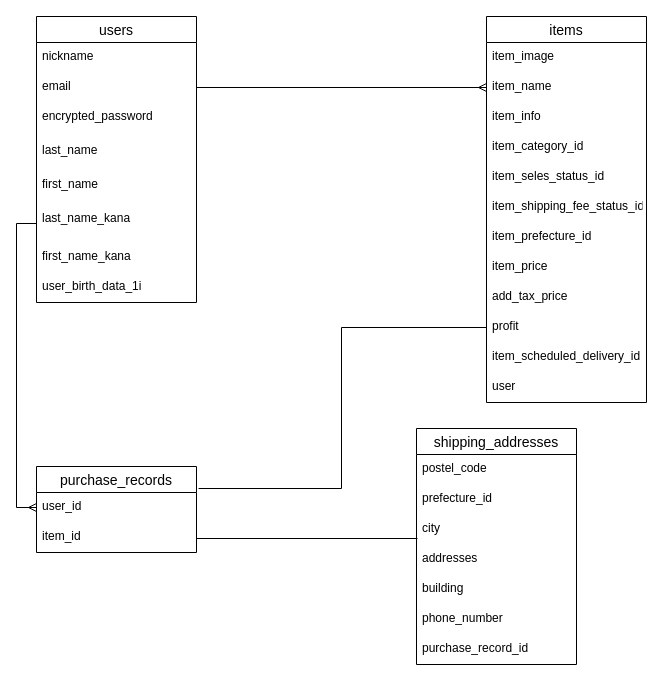
Earlier version of the draw.io diagram furima.dio (shorimpo/furima-33974). Source tidied: cells renumbered, new cells numbered last; positions are measured from the earlier drawing's top-left corner, leaving out a move shared by most shapes. Both pictures are drawn from the tidied source at 100%, with x=0, y=0 at pixel (36, 16).
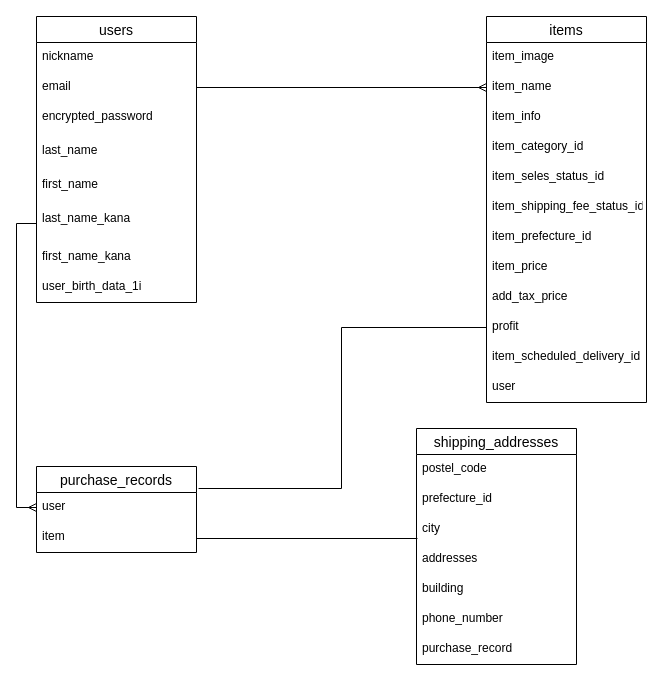
Above is the later version.

Commit message (it also covers changes not shown here):
ER図とREADMEの修正２

The change refers to these unchanged cells:
```xml
<mxCell id="24" value="purchase_records" style="swimlane;fontStyle=0;horizontal=1;startSize=26;align=center;fontSize=14;" parent="1" vertex="1">
  <mxGeometry y="450" width="160" height="86" as="geometry" />
</mxCell>
<mxCell id="27" value="shipping_addresses" style="swimlane;fontStyle=0;horizontal=1;startSize=26;align=center;fontSize=14;" parent="1" vertex="1">
  <mxGeometry x="380" y="412" width="160" height="236" as="geometry" />
</mxCell>
```

What changed in the source:
```diff
@@
-    <mxCell id="25" value="user_id" style="text;strokeColor=none;fillColor=none;spacingLeft=4;spacingRight=4;overflow=hidden;points=[[0,0.5],[1,0.5]];portConstraint=eastwest;fontSize=12;" parent="24" vertex="1">
+    <mxCell id="25" value="user" style="text;strokeColor=none;fillColor=none;spacingLeft=4;spacingRight=4;overflow=hidden;points=[[0,0.5],[1,0.5]];portConstraint=eastwest;fontSize=12;" parent="24" vertex="1">
       <mxGeometry y="26" width="160" height="30" as="geometry" />
     </mxCell>
-    <mxCell id="26" value="item_id" style="text;strokeColor=none;fillColor=none;spacingLeft=4;spacingRight=4;overflow=hidden;points=[[0,0.5],[1,0.5]];portConstraint=eastwest;fontSize=12;" parent="24" vertex="1">
+    <mxCell id="26" value="item" style="text;strokeColor=none;fillColor=none;spacingLeft=4;spacingRight=4;overflow=hidden;points=[[0,0.5],[1,0.5]];portConstraint=eastwest;fontSize=12;" parent="24" vertex="1">
       <mxGeometry y="56" width="160" height="30" as="geometry" />
     </mxCell>
@@
-    <mxCell id="34" value="purchase_record_id" style="text;strokeColor=none;fillColor=none;spacingLeft=4;spacingRight=4;overflow=hidden;fontSize=12;" parent="27" vertex="1">
+    <mxCell id="34" value="purchase_record" style="text;strokeColor=none;fillColor=none;spacingLeft=4;spacingRight=4;overflow=hidden;fontSize=12;" parent="27" vertex="1">
       <mxGeometry y="206" width="160" height="30" as="geometry" />
     </mxCell>
```
